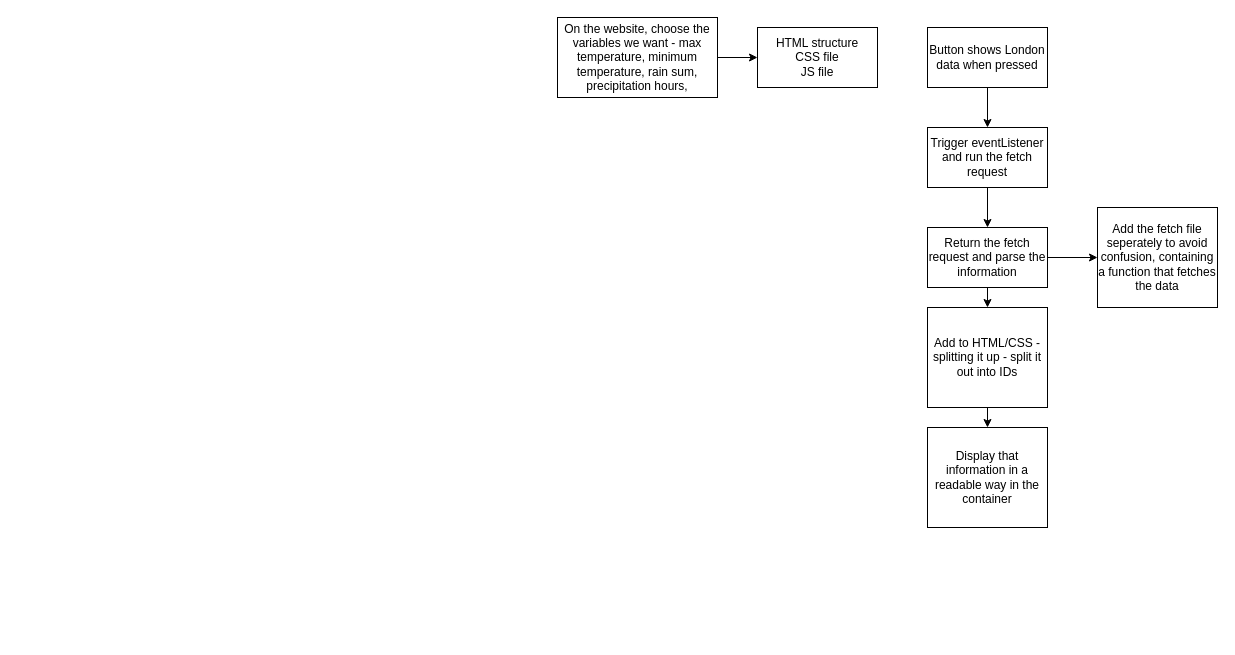
The draw.io diagram flowChart.drawio in SchoolOfCode/bc15-w3-d5-hackathon-fetch-team5-w3-d1, before the edit. Source tidied: cells renumbered, new cells numbered last; positions are measured from the earlier drawing's top-left corner, leaving out a move shared by most shapes. Both pictures are drawn from the tidied source at 100%, with x=0, y=0 at pixel (557, 17).
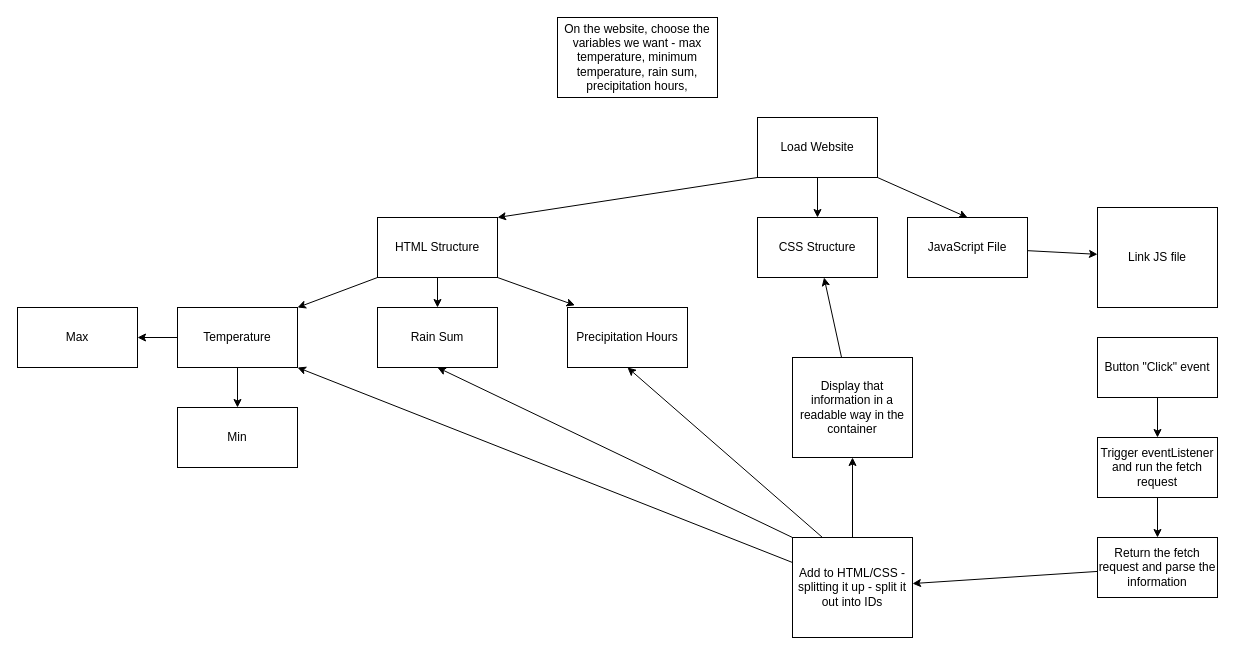
After the change.

Commit message:
flow chart has been updated

The change refers to these unchanged cells:
```xml
<mxCell id="3" value="On the website, choose the variables we want - max temperature, minimum temperature, rain sum, precipitation hours," style="whiteSpace=wrap;html=1;" parent="1" vertex="1">
  <mxGeometry width="160" height="80" as="geometry" />
</mxCell>
```

Change to the diagram source:
```diff
@@
-    <mxCell id="2" style="edgeStyle=none;html=1;" parent="1" edge="1" source="3" target="4">
-      <mxGeometry relative="1" as="geometry" />
-    </mxCell>
@@
+    <mxCell id="16" style="edgeStyle=none;html=1;exitX=0;exitY=1;exitDx=0;exitDy=0;entryX=1;entryY=0;entryDx=0;entryDy=0;" parent="1" edge="1" source="4" target="32">
+      <mxGeometry relative="1" as="geometry" />
+    </mxCell>
+    <mxCell id="17" style="edgeStyle=none;html=1;" parent="1" edge="1" source="4" target="33">
+      <mxGeometry relative="1" as="geometry" />
+    </mxCell>
+    <mxCell id="18" style="edgeStyle=none;html=1;exitX=1;exitY=1;exitDx=0;exitDy=0;entryX=0.062;entryY=-0.037;entryDx=0;entryDy=0;entryPerimeter=0;" parent="1" edge="1" source="4" target="34">
+      <mxGeometry relative="1" as="geometry" />
+    </mxCell>
-    <mxCell id="4" value="HTML structure&lt;br&gt;CSS file&lt;br&gt;JS file" style="whiteSpace=wrap;html=1;" parent="1" vertex="1">
-      <mxGeometry x="200" y="10" width="120" height="60" as="geometry" />
+    <mxCell id="4" value="HTML Structure" style="whiteSpace=wrap;html=1;" parent="1" vertex="1">
+      <mxGeometry x="-180" y="200" width="120" height="60" as="geometry" />
     </mxCell>
@@
-    <mxCell id="6" value="Button shows London data when pressed" style="whiteSpace=wrap;html=1;" parent="1" vertex="1">
-      <mxGeometry x="370" y="10" width="120" height="60" as="geometry" />
+    <mxCell id="6" value="Button &quot;Click&quot; event" style="whiteSpace=wrap;html=1;" parent="1" vertex="1">
+      <mxGeometry x="540" y="320" width="120" height="60" as="geometry" />
     </mxCell>
@@
     <mxCell id="8" value="Trigger eventListener and run the fetch request" style="whiteSpace=wrap;html=1;" parent="1" vertex="1">
-      <mxGeometry x="370" y="110" width="120" height="60" as="geometry" />
+      <mxGeometry x="540" y="420" width="120" height="60" as="geometry" />
     </mxCell>
@@
-    <mxCell id="10" style="edgeStyle=none;html=1;" parent="1" edge="1" source="11" target="15">
-      <mxGeometry relative="1" as="geometry" />
-    </mxCell>
     <mxCell id="11" value="Return the fetch request and parse the information" style="whiteSpace=wrap;html=1;" parent="1" vertex="1">
-      <mxGeometry x="370" y="210" width="120" height="60" as="geometry" />
+      <mxGeometry x="540" y="520" width="120" height="60" as="geometry" />
     </mxCell>
@@
+    <mxCell id="19" style="edgeStyle=none;html=1;exitX=0;exitY=0;exitDx=0;exitDy=0;entryX=0.5;entryY=1;entryDx=0;entryDy=0;" parent="1" edge="1" source="13" target="33">
+      <mxGeometry relative="1" as="geometry" />
+    </mxCell>
+    <mxCell id="20" style="edgeStyle=none;html=1;exitX=0;exitY=0.25;exitDx=0;exitDy=0;entryX=1;entryY=1;entryDx=0;entryDy=0;" parent="1" edge="1" source="13" target="32">
+      <mxGeometry relative="1" as="geometry" />
+    </mxCell>
+    <mxCell id="21" style="edgeStyle=none;html=1;exitX=0.25;exitY=0;exitDx=0;exitDy=0;entryX=0.5;entryY=1;entryDx=0;entryDy=0;" parent="1" edge="1" source="13" target="34">
+      <mxGeometry relative="1" as="geometry" />
+    </mxCell>
     <mxCell id="13" value="Add to HTML/CSS - splitting it up - split it out into IDs" style="whiteSpace=wrap;html=1;" parent="1" vertex="1">
-      <mxGeometry x="370" y="290" width="120" height="100" as="geometry" />
+      <mxGeometry x="235" y="520" width="120" height="100" as="geometry" />
     </mxCell>
+    <mxCell id="22" style="edgeStyle=none;html=1;" parent="1" edge="1" source="14" target="29">
+      <mxGeometry relative="1" as="geometry" />
+    </mxCell>
     <mxCell id="14" value="Display that information in a readable way in the container" style="whiteSpace=wrap;html=1;" parent="1" vertex="1">
-      <mxGeometry x="370" y="410" width="120" height="100" as="geometry" />
+      <mxGeometry x="235" y="340" width="120" height="100" as="geometry" />
     </mxCell>
-    <mxCell id="15" value="Add the fetch file seperately to avoid confusion, containing a function that fetches the data" style="whiteSpace=wrap;html=1;" parent="1" vertex="1">
+    <mxCell id="15" value="Link JS file" style="whiteSpace=wrap;html=1;" parent="1" vertex="1">
       <mxGeometry x="540" y="190" width="120" height="100" as="geometry" />
     </mxCell>
+    <mxCell id="23" style="edgeStyle=none;html=1;exitX=0;exitY=1;exitDx=0;exitDy=0;entryX=1;entryY=0;entryDx=0;entryDy=0;" parent="1" edge="1" source="26" target="4">
+      <mxGeometry relative="1" as="geometry" />
+    </mxCell>
+    <mxCell id="24" style="edgeStyle=none;html=1;" parent="1" edge="1" source="26" target="29">
+      <mxGeometry relative="1" as="geometry" />
+    </mxCell>
+    <mxCell id="25" style="edgeStyle=none;html=1;exitX=1;exitY=1;exitDx=0;exitDy=0;entryX=0.5;entryY=0;entryDx=0;entryDy=0;" parent="1" edge="1" source="26" target="28">
+      <mxGeometry relative="1" as="geometry" />
+    </mxCell>
+    <mxCell id="26" value="Load Website" style="rounded=0;whiteSpace=wrap;html=1;" parent="1" vertex="1">
+      <mxGeometry x="200" y="100" width="120" height="60" as="geometry" />
+    </mxCell>
+    <mxCell id="27" style="edgeStyle=none;html=1;" parent="1" edge="1" source="28" target="15">
+      <mxGeometry relative="1" as="geometry" />
+    </mxCell>
+    <mxCell id="28" value="JavaScript File" style="whiteSpace=wrap;html=1;" parent="1" vertex="1">
+      <mxGeometry x="350" y="200" width="120" height="60" as="geometry" />
+    </mxCell>
+    <mxCell id="29" value="CSS Structure" style="whiteSpace=wrap;html=1;" parent="1" vertex="1">
+      <mxGeometry x="200" y="200" width="120" height="60" as="geometry" />
+    </mxCell>
+    <mxCell id="30" style="edgeStyle=none;html=1;" parent="1" edge="1" source="32" target="35">
+      <mxGeometry relative="1" as="geometry" />
+    </mxCell>
+    <mxCell id="31" style="edgeStyle=none;html=1;" parent="1" edge="1" source="32" target="36">
+      <mxGeometry relative="1" as="geometry" />
+    </mxCell>
+    <mxCell id="32" value="Temperature" style="rounded=0;whiteSpace=wrap;html=1;" parent="1" vertex="1">
+      <mxGeometry x="-380" y="290" width="120" height="60" as="geometry" />
+    </mxCell>
+    <mxCell id="33" value="Rain Sum" style="rounded=0;whiteSpace=wrap;html=1;" parent="1" vertex="1">
+      <mxGeometry x="-180" y="290" width="120" height="60" as="geometry" />
+    </mxCell>
+    <mxCell id="34" value="Precipitation Hours" style="rounded=0;whiteSpace=wrap;html=1;" parent="1" vertex="1">
+      <mxGeometry x="10" y="290" width="120" height="60" as="geometry" />
+    </mxCell>
+    <mxCell id="35" value="Max" style="rounded=0;whiteSpace=wrap;html=1;" parent="1" vertex="1">
+      <mxGeometry x="-540" y="290" width="120" height="60" as="geometry" />
+    </mxCell>
+    <mxCell id="36" value="Min" style="rounded=0;whiteSpace=wrap;html=1;" parent="1" vertex="1">
+      <mxGeometry x="-380" y="390" width="120" height="60" as="geometry" />
+    </mxCell>
```
